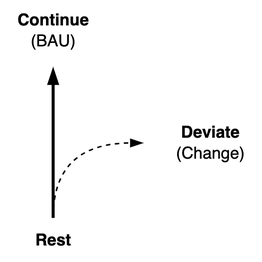
Earlier version of the draw.io export img/change-devidate-rest.png (voschezang/coding-handbook). Source tidied: cells renumbered, new cells last; positions are measured from the earlier drawing's top-left corner, leaving out a move shared by most shapes. The source it was exported from:
```xml
<mxGraphModel>
  <root>
    <mxCell id="0" />
    <mxCell id="1" parent="0" />
    <mxCell id="2" value="&lt;b&gt;Rest&lt;/b&gt;" style="text;html=1;align=center;verticalAlign=middle;strokeColor=none;fillColor=none;fontSize=11;fontFamily=Helvetica;fontColor=default;fontStyle=0;" parent="1" vertex="1">
      <mxGeometry x="10" y="145" width="50" height="30" as="geometry" />
    </mxCell>
    <mxCell id="3" value="&lt;b&gt;Continue&lt;/b&gt;&lt;br&gt;(BAU)" style="text;html=1;align=center;verticalAlign=middle;strokeColor=none;fillColor=none;fontSize=11;fontFamily=Helvetica;fontColor=default;fontStyle=0;" parent="1" vertex="1">
      <mxGeometry width="70" height="40" as="geometry" />
    </mxCell>
    <mxCell id="4" style="endArrow=blockThin;html=1;rounded=0;labelBackgroundColor=default;strokeColor=default;align=center;verticalAlign=middle;fontFamily=Helvetica;fontSize=11;fontColor=default;shape=connector;endFill=1;strokeWidth=2;" parent="1" edge="1">
      <mxGeometry relative="1" as="geometry">
        <mxPoint x="35" y="145" as="sourcePoint" />
        <mxPoint x="35" y="45" as="targetPoint" />
      </mxGeometry>
    </mxCell>
    <mxCell id="5" value="&lt;b&gt;Deviate&lt;br&gt;&lt;/b&gt;(Change)" style="text;html=1;align=center;verticalAlign=middle;strokeColor=none;fillColor=none;fontSize=11;fontFamily=Helvetica;fontColor=default;fontStyle=0;" parent="1" vertex="1">
      <mxGeometry x="105" y="75" width="70" height="40" as="geometry" />
    </mxCell>
    <mxCell id="6" style="endArrow=blockThin;html=1;rounded=0;labelBackgroundColor=default;strokeColor=default;align=center;verticalAlign=middle;fontFamily=Helvetica;fontSize=11;fontColor=default;shape=connector;endFill=1;edgeStyle=orthogonalEdgeStyle;curved=1;dashed=1;" parent="1" edge="1">
      <mxGeometry relative="1" as="geometry">
        <mxPoint x="35" y="145" as="sourcePoint" />
        <mxPoint x="95" y="95" as="targetPoint" />
        <Array as="points">
          <mxPoint x="35" y="95" />
        </Array>
      </mxGeometry>
    </mxCell>
  </root>
</mxGraphModel>
```
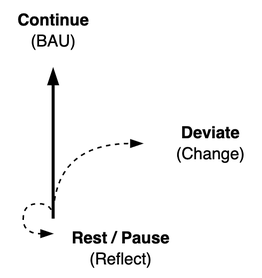
After the change.

Change to the diagram source:
```diff
@@ -2,8 +2,8 @@
   <root>
     <mxCell id="0" />
     <mxCell id="1" parent="0" />
-    <mxCell id="2" value="&lt;b&gt;Rest&lt;/b&gt;" style="text;html=1;align=center;verticalAlign=middle;strokeColor=none;fillColor=none;fontSize=11;fontFamily=Helvetica;fontColor=default;fontStyle=0;" parent="1" vertex="1">
-      <mxGeometry x="10" y="145" width="50" height="30" as="geometry" />
+    <mxCell id="2" value="&lt;b&gt;Rest / Pause&lt;/b&gt;&lt;br&gt;(Reflect)" style="text;html=1;align=center;verticalAlign=middle;strokeColor=none;fillColor=none;fontSize=11;fontFamily=Helvetica;fontColor=default;fontStyle=0;" parent="1" vertex="1">
+      <mxGeometry x="35" y="145" width="90" height="40" as="geometry" />
     </mxCell>
     <mxCell id="3" value="&lt;b&gt;Continue&lt;/b&gt;&lt;br&gt;(BAU)" style="text;html=1;align=center;verticalAlign=middle;strokeColor=none;fillColor=none;fontSize=11;fontFamily=Helvetica;fontColor=default;fontStyle=0;" parent="1" vertex="1">
       <mxGeometry width="70" height="40" as="geometry" />
@@ -26,5 +26,16 @@
         </Array>
       </mxGeometry>
     </mxCell>
+    <mxCell id="7" style="endArrow=blockThin;html=1;rounded=0;labelBackgroundColor=default;strokeColor=default;align=center;verticalAlign=middle;fontFamily=Helvetica;fontSize=11;fontColor=default;shape=connector;endFill=1;edgeStyle=orthogonalEdgeStyle;curved=1;dashed=1;" parent="1" edge="1">
+      <mxGeometry relative="1" as="geometry">
+        <mxPoint x="35" y="145" as="sourcePoint" />
+        <mxPoint x="35" y="155" as="targetPoint" />
+        <Array as="points">
+          <mxPoint x="35" y="135" />
+          <mxPoint x="15" y="135" />
+          <mxPoint x="15" y="155" />
+        </Array>
+      </mxGeometry>
+    </mxCell>
   </root>
 </mxGraphModel>
```
